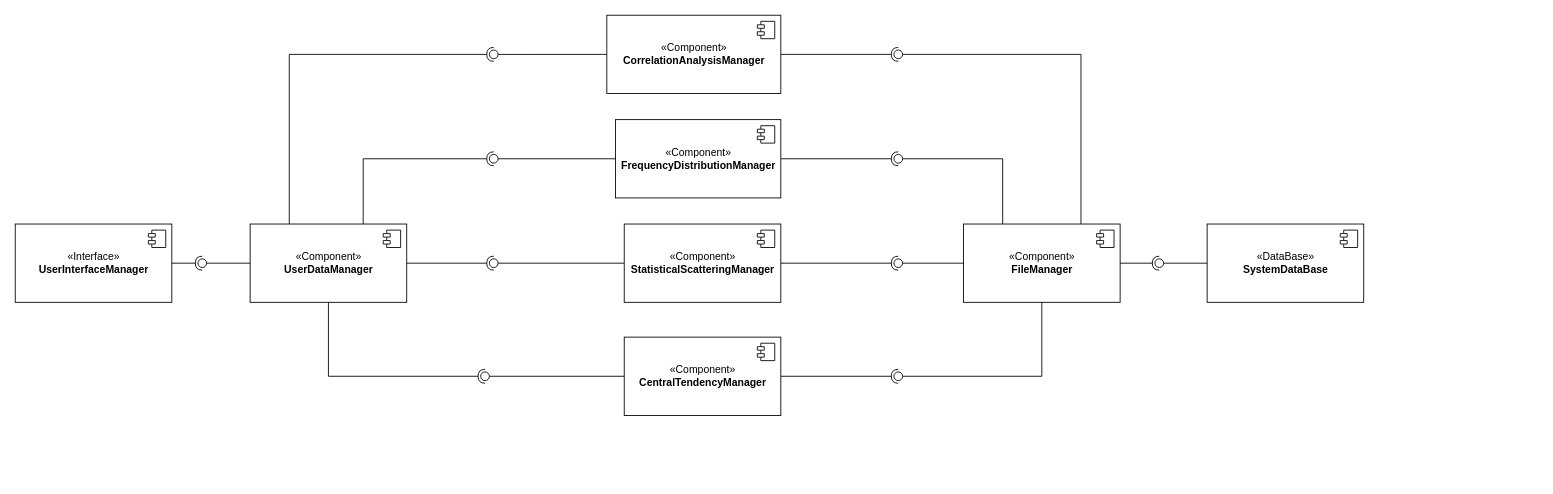
This is ComponentDiagram.drawio from Yofko/pts-project, a draw.io file, before an edit. Source tidied: cells renumbered, new cells numbered last; positions are measured from the earlier drawing's top-left corner, leaving out a move shared by most shapes. Both pictures are drawn from the tidied source at 87%, with x=0, y=0 at pixel (15, 15).
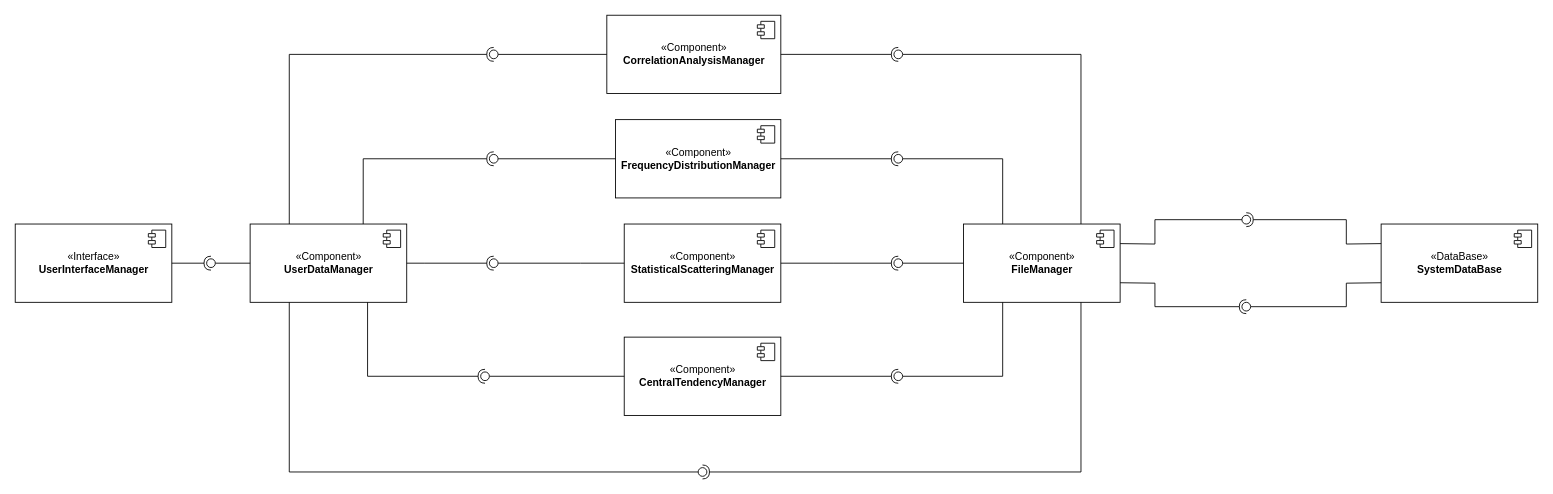
The same page after the edit.

Commit message (it also covers changes not shown here):
lab5_new_vertion_classDiagrams

The change refers to these unchanged cells:
```xml
<mxCell id="2" value="«Component»&lt;br&gt;&lt;b&gt;FileManager&lt;/b&gt;" style="html=1;" parent="1" vertex="1">
  <mxGeometry x="1090" y="240" width="180" height="90" as="geometry" />
</mxCell>
<mxCell id="4" value="«Component»&lt;br&gt;&lt;b&gt;UserDataManager&lt;/b&gt;" style="html=1;" parent="1" vertex="1">
  <mxGeometry x="270" y="240" width="180" height="90" as="geometry" />
</mxCell>
<mxCell id="21" style="ellipse;whiteSpace=wrap;html=1;align=center;points=[];outlineConnect=0;sketch=0;" parent="1" vertex="1">
  <mxGeometry x="1010" y="410" width="10" height="10" as="geometry" />
</mxCell>
<mxCell id="35" style="ellipse;whiteSpace=wrap;html=1;align=center;points=[];outlineConnect=0;sketch=0;" parent="1" vertex="1">
  <mxGeometry x="535" y="410" width="10" height="10" as="geometry" />
</mxCell>
```

The edit, as a diff of the source:
```diff
@@
-    <mxCell id="19" style="rounded=0;jettySize=auto;html=1;endArrow=none;endFill=0;sketch=0;sourcePerimeterSpacing=0;targetPerimeterSpacing=0;exitX=0.5;exitY=1;exitDx=0;exitDy=0;" parent="1" edge="1" source="2" target="21">
+    <mxCell id="19" style="rounded=0;jettySize=auto;html=1;endArrow=none;endFill=0;sketch=0;sourcePerimeterSpacing=0;targetPerimeterSpacing=0;exitX=0.25;exitY=1;exitDx=0;exitDy=0;" parent="1" edge="1" source="2" target="21">
       <mxGeometry relative="1" as="geometry">
         <Array as="points">
-          <mxPoint x="1180" y="415" />
+          <mxPoint x="1135" y="415" />
         </Array>
       </mxGeometry>
     </mxCell>
@@
     <mxCell id="24" style="ellipse;whiteSpace=wrap;html=1;align=center;points=[];outlineConnect=0;sketch=0;" parent="1" vertex="1">
-      <mxGeometry x="210" y="280" width="10" height="10" as="geometry" />
+      <mxGeometry x="220" y="280" width="10" height="10" as="geometry" />
     </mxCell>
     <mxCell id="25" value="«DataBase»&lt;br&gt;&lt;b&gt;SystemDataBase&lt;/b&gt;" style="html=1;" parent="1" vertex="1">
-      <mxGeometry x="1370" y="240" width="180" height="90" as="geometry" />
+      <mxGeometry x="1570" y="240" width="180" height="90" as="geometry" />
     </mxCell>
@@
-    <mxCell id="34" style="rounded=0;jettySize=auto;html=1;endArrow=halfCircle;endFill=0;entryX=0.5;entryY=0.5;endSize=6;strokeWidth=1;sketch=0;exitX=0.5;exitY=1;exitDx=0;exitDy=0;" parent="1" edge="1" source="4" target="35">
+    <mxCell id="34" style="rounded=0;jettySize=auto;html=1;endArrow=halfCircle;endFill=0;entryX=0.5;entryY=0.5;endSize=6;strokeWidth=1;sketch=0;exitX=0.75;exitY=1;exitDx=0;exitDy=0;" parent="1" edge="1" source="4" target="35">
       <mxGeometry relative="1" as="geometry">
         <Array as="points">
-          <mxPoint x="360" y="415" />
+          <mxPoint x="405" y="415" />
         </Array>
       </mxGeometry>
     </mxCell>
@@
-    <mxCell id="36" style="rounded=0;jettySize=auto;html=1;endArrow=none;endFill=0;sketch=0;sourcePerimeterSpacing=0;targetPerimeterSpacing=0;exitX=0;exitY=0.5;exitDx=0;exitDy=0;" parent="1" edge="1" source="25" target="38">
-      <mxGeometry relative="1" as="geometry" />
-    </mxCell>
-    <mxCell id="37" style="rounded=0;jettySize=auto;html=1;endArrow=halfCircle;endFill=0;entryX=0.5;entryY=0.5;endSize=6;strokeWidth=1;sketch=0;exitX=1;exitY=0.5;exitDx=0;exitDy=0;" parent="1" edge="1" source="2" target="38">
-      <mxGeometry relative="1" as="geometry" />
-    </mxCell>
-    <mxCell id="38" style="ellipse;whiteSpace=wrap;html=1;align=center;points=[];outlineConnect=0;sketch=0;" parent="1" vertex="1">
-      <mxGeometry x="1310" y="280" width="10" height="10" as="geometry" />
-    </mxCell>
@@
+    <mxCell id="48" style="rounded=0;jettySize=auto;html=1;endArrow=none;endFill=0;sketch=0;sourcePerimeterSpacing=0;targetPerimeterSpacing=0;exitX=0.25;exitY=1;exitDx=0;exitDy=0;" parent="1" edge="1" source="4" target="50">
+      <mxGeometry relative="1" as="geometry">
+        <Array as="points">
+          <mxPoint x="315" y="525" />
+        </Array>
+      </mxGeometry>
+    </mxCell>
+    <mxCell id="49" style="rounded=0;jettySize=auto;html=1;endArrow=halfCircle;endFill=0;entryX=0.5;entryY=0.5;endSize=6;strokeWidth=1;sketch=0;exitX=0.75;exitY=1;exitDx=0;exitDy=0;" parent="1" edge="1" source="2" target="50">
+      <mxGeometry relative="1" as="geometry">
+        <Array as="points">
+          <mxPoint x="1225" y="525" />
+        </Array>
+      </mxGeometry>
+    </mxCell>
+    <mxCell id="50" style="ellipse;whiteSpace=wrap;html=1;align=center;points=[];outlineConnect=0;sketch=0;" parent="1" vertex="1">
+      <mxGeometry x="785" y="520" width="10" height="10" as="geometry" />
+    </mxCell>
+    <mxCell id="51" style="rounded=0;jettySize=auto;html=1;endArrow=none;endFill=0;sketch=0;sourcePerimeterSpacing=0;targetPerimeterSpacing=0;exitX=1;exitY=0.25;exitDx=0;exitDy=0;" parent="1" edge="1" source="2" target="53">
+      <mxGeometry relative="1" as="geometry">
+        <Array as="points">
+          <mxPoint x="1310" y="263" />
+          <mxPoint x="1310" y="235" />
+        </Array>
+      </mxGeometry>
+    </mxCell>
+    <mxCell id="52" style="rounded=0;jettySize=auto;html=1;endArrow=halfCircle;endFill=0;entryX=0.5;entryY=0.5;endSize=6;strokeWidth=1;sketch=0;exitX=0;exitY=0.25;exitDx=0;exitDy=0;" parent="1" edge="1" source="25" target="53">
+      <mxGeometry relative="1" as="geometry">
+        <Array as="points">
+          <mxPoint x="1530" y="263" />
+          <mxPoint x="1530" y="235" />
+        </Array>
+      </mxGeometry>
+    </mxCell>
+    <mxCell id="53" style="ellipse;whiteSpace=wrap;html=1;align=center;points=[];outlineConnect=0;sketch=0;" parent="1" vertex="1">
+      <mxGeometry x="1410" y="230" width="10" height="10" as="geometry" />
+    </mxCell>
+    <mxCell id="54" style="rounded=0;jettySize=auto;html=1;endArrow=none;endFill=0;sketch=0;sourcePerimeterSpacing=0;targetPerimeterSpacing=0;exitX=0;exitY=0.75;exitDx=0;exitDy=0;" parent="1" edge="1" source="25" target="56">
+      <mxGeometry relative="1" as="geometry">
+        <Array as="points">
+          <mxPoint x="1530" y="308" />
+          <mxPoint x="1530" y="335" />
+        </Array>
+      </mxGeometry>
+    </mxCell>
+    <mxCell id="55" style="rounded=0;jettySize=auto;html=1;endArrow=halfCircle;endFill=0;entryX=0.5;entryY=0.5;endSize=6;strokeWidth=1;sketch=0;exitX=1;exitY=0.75;exitDx=0;exitDy=0;" parent="1" edge="1" source="2" target="56">
+      <mxGeometry relative="1" as="geometry">
+        <Array as="points">
+          <mxPoint x="1310" y="308" />
+          <mxPoint x="1310" y="335" />
+        </Array>
+      </mxGeometry>
+    </mxCell>
+    <mxCell id="56" style="ellipse;whiteSpace=wrap;html=1;align=center;points=[];outlineConnect=0;sketch=0;" parent="1" vertex="1">
+      <mxGeometry x="1410" y="330" width="10" height="10" as="geometry" />
+    </mxCell>
```
